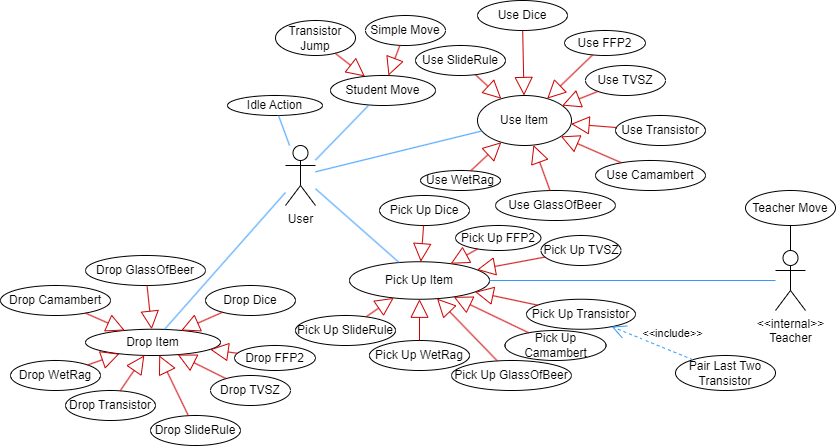
This is Beadások/4. Beadás/Use(Test)-Case.drawio.png from XanleR/U.B.R.---Projlab-2024, a draw.io export, as it was before one commit. Source tidied: cells renumbered, new cells last; positions are measured from the earlier drawing's top-left corner, leaving out a move shared by most shapes.
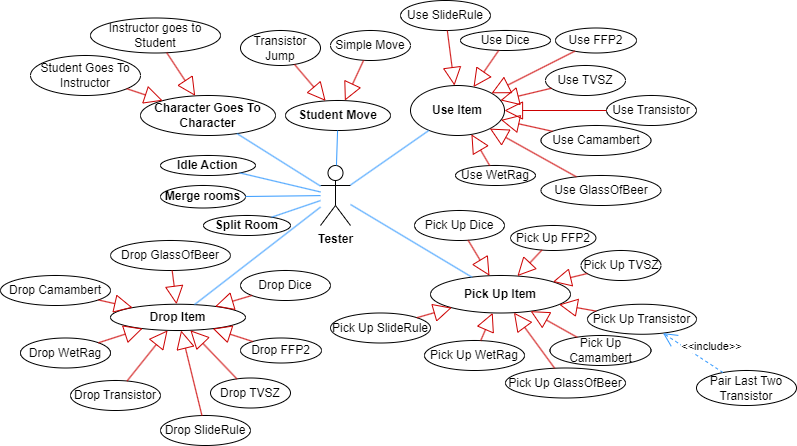
Later version of the same file.

Commit message:
UseCase diagram

Diff of the diagram source:
```diff
@@ -2,17 +2,17 @@
   <root>
     <mxCell id="0" />
     <mxCell id="1" parent="0" />
-    <mxCell id="2" value="User" style="shape=umlActor;verticalLabelPosition=bottom;verticalAlign=top;html=1;strokeColor=#000000;" parent="1" vertex="1">
-      <mxGeometry x="285" y="145" width="30" height="60" as="geometry" />
+    <mxCell id="2" value="&lt;b&gt;Tester&lt;/b&gt;" style="shape=umlActor;verticalLabelPosition=bottom;verticalAlign=top;html=1;strokeColor=#000000;" parent="1" vertex="1">
+      <mxGeometry x="415" y="180" width="30" height="60" as="geometry" />
     </mxCell>
-    <mxCell id="3" value="Student Move" style="ellipse;whiteSpace=wrap;html=1;" parent="1" vertex="1">
-      <mxGeometry x="330" y="75" width="105" height="30" as="geometry" />
+    <mxCell id="3" value="&lt;b&gt;Student Move&lt;/b&gt;" style="ellipse;whiteSpace=wrap;html=1;" parent="1" vertex="1">
+      <mxGeometry x="380" y="115" width="105" height="30" as="geometry" />
     </mxCell>
     <mxCell id="4" value="Transistor Jump" style="ellipse;whiteSpace=wrap;html=1;" parent="1" vertex="1">
-      <mxGeometry x="275" y="20" width="80" height="35" as="geometry" />
+      <mxGeometry x="335" y="45" width="80" height="35" as="geometry" />
     </mxCell>
     <mxCell id="5" value="Simple Move" style="ellipse;whiteSpace=wrap;html=1;" parent="1" vertex="1">
-      <mxGeometry x="365" y="15" width="80" height="30" as="geometry" />
+      <mxGeometry x="425" y="45" width="80" height="30" as="geometry" />
     </mxCell>
     <mxCell id="6" style="endArrow=block;endSize=16;endFill=0;html=1;rounded=0;strokeColor=#CC0000;" parent="1" edge="1" source="4" target="3">
       <mxGeometry relative="1" as="geometry" />
@@ -20,23 +20,23 @@
     <mxCell id="7" style="endArrow=block;endSize=16;endFill=0;html=1;rounded=0;strokeColor=#CC0000;" parent="1" edge="1" source="5" target="3">
       <mxGeometry relative="1" as="geometry" />
     </mxCell>
-    <mxCell id="8" value="Use Item" style="ellipse;whiteSpace=wrap;html=1;" parent="1" vertex="1">
-      <mxGeometry x="477" y="95" width="94" height="50" as="geometry" />
+    <mxCell id="8" value="&lt;b&gt;Use Item&lt;/b&gt;" style="ellipse;whiteSpace=wrap;html=1;" parent="1" vertex="1">
+      <mxGeometry x="505" y="100" width="94" height="50" as="geometry" />
     </mxCell>
     <mxCell id="9" value="Use SlideRule" style="ellipse;whiteSpace=wrap;html=1;" parent="1" vertex="1">
-      <mxGeometry x="415" y="45" width="90" height="30" as="geometry" />
+      <mxGeometry x="495" y="15" width="90" height="30" as="geometry" />
     </mxCell>
     <mxCell id="10" value="Use Dice" style="ellipse;whiteSpace=wrap;html=1;" parent="1" vertex="1">
-      <mxGeometry x="477" width="90" height="30" as="geometry" />
+      <mxGeometry x="555" y="45" width="90" height="20" as="geometry" />
     </mxCell>
     <mxCell id="11" style="endArrow=none;html=1;rounded=0;strokeColor=#3399FF;" parent="1" edge="1" source="2" target="3">
       <mxGeometry relative="1" as="geometry" />
     </mxCell>
     <mxCell id="12" value="Use FFP2" style="ellipse;whiteSpace=wrap;html=1;" parent="1" vertex="1">
-      <mxGeometry x="564" y="30" width="81" height="25" as="geometry" />
+      <mxGeometry x="650" y="42.5" width="81" height="25" as="geometry" />
     </mxCell>
     <mxCell id="13" value="Use TVSZ" style="ellipse;whiteSpace=wrap;html=1;" parent="1" vertex="1">
-      <mxGeometry x="585" y="65" width="80" height="30" as="geometry" />
+      <mxGeometry x="640" y="80" width="80" height="30" as="geometry" />
     </mxCell>
     <mxCell id="14" style="endArrow=none;html=1;rounded=0;strokeColor=#3399FF;" parent="1" edge="1" source="2" target="8">
       <mxGeometry relative="1" as="geometry" />
@@ -45,16 +45,16 @@
       <mxGeometry relative="1" as="geometry" />
     </mxCell>
     <mxCell id="16" value="Use Transistor" style="ellipse;whiteSpace=wrap;html=1;" parent="1" vertex="1">
-      <mxGeometry x="615" y="115" width="90" height="30" as="geometry" />
+      <mxGeometry x="701" y="110" width="90" height="30" as="geometry" />
     </mxCell>
     <mxCell id="17" value="Use Camambert" style="ellipse;whiteSpace=wrap;html=1;" parent="1" vertex="1">
-      <mxGeometry x="595" y="160" width="110" height="30" as="geometry" />
+      <mxGeometry x="635.5" y="140" width="110" height="30" as="geometry" />
     </mxCell>
     <mxCell id="18" value="Use GlassOfBeer" style="ellipse;whiteSpace=wrap;html=1;" parent="1" vertex="1">
-      <mxGeometry x="495" y="190" width="120" height="30" as="geometry" />
+      <mxGeometry x="635.5" y="190" width="120" height="30" as="geometry" />
     </mxCell>
     <mxCell id="19" value="Use WetRag" style="ellipse;whiteSpace=wrap;html=1;" parent="1" vertex="1">
-      <mxGeometry x="420" y="170" width="80" height="20" as="geometry" />
+      <mxGeometry x="550" y="180" width="80" height="20" as="geometry" />
     </mxCell>
     <mxCell id="20" style="endArrow=block;endSize=16;endFill=0;html=1;rounded=0;strokeColor=#CC0000;" parent="1" edge="1" source="10" target="8">
       <mxGeometry relative="1" as="geometry" />
@@ -77,32 +77,32 @@
     <mxCell id="26" style="endArrow=block;endSize=16;endFill=0;html=1;rounded=0;strokeColor=#CC0000;" parent="1" edge="1" source="19" target="8">
       <mxGeometry relative="1" as="geometry" />
     </mxCell>
-    <mxCell id="27" value="Pick Up Item" style="ellipse;whiteSpace=wrap;html=1;" parent="1" vertex="1">
-      <mxGeometry x="349" y="261.2" width="140" height="37.5" as="geometry" />
+    <mxCell id="27" value="&lt;b&gt;Pick Up Item&lt;/b&gt;" style="ellipse;whiteSpace=wrap;html=1;" parent="1" vertex="1">
+      <mxGeometry x="525" y="290" width="140" height="37.5" as="geometry" />
     </mxCell>
     <mxCell id="28" style="endArrow=none;html=1;rounded=0;strokeColor=#3399FF;" parent="1" edge="1" source="2" target="27">
       <mxGeometry relative="1" as="geometry" />
     </mxCell>
     <mxCell id="29" value="Pick Up Dice" style="ellipse;whiteSpace=wrap;html=1;" parent="1" vertex="1">
-      <mxGeometry x="379" y="195" width="90" height="30" as="geometry" />
+      <mxGeometry x="509" y="225" width="90" height="30" as="geometry" />
     </mxCell>
     <mxCell id="30" value="Pick Up&amp;nbsp;FFP2" style="ellipse;whiteSpace=wrap;html=1;" parent="1" vertex="1">
-      <mxGeometry x="455" y="225" width="85.5" height="25" as="geometry" />
+      <mxGeometry x="605" y="240" width="85.5" height="25" as="geometry" />
     </mxCell>
     <mxCell id="31" value="Pick Up TVSZ" style="ellipse;whiteSpace=wrap;html=1;" parent="1" vertex="1">
-      <mxGeometry x="540.5" y="235" width="80" height="30" as="geometry" />
+      <mxGeometry x="675.5" y="265" width="80" height="30" as="geometry" />
     </mxCell>
     <mxCell id="32" value="Pick Up&amp;nbsp;Transistor" style="ellipse;whiteSpace=wrap;html=1;" parent="1" vertex="1">
-      <mxGeometry x="526" y="298.8" width="109" height="30" as="geometry" />
+      <mxGeometry x="682" y="318.8" width="109" height="30" as="geometry" />
     </mxCell>
     <mxCell id="33" value="Pick Up Camambert" style="ellipse;whiteSpace=wrap;html=1;" parent="1" vertex="1">
-      <mxGeometry x="504.5" y="330" width="101" height="30" as="geometry" />
+      <mxGeometry x="644.5" y="350" width="101" height="30" as="geometry" />
     </mxCell>
     <mxCell id="34" value="Pick Up&amp;nbsp;GlassOfBeer" style="ellipse;whiteSpace=wrap;html=1;" parent="1" vertex="1">
-      <mxGeometry x="451" y="360" width="120" height="30" as="geometry" />
+      <mxGeometry x="600" y="382.5" width="120" height="30" as="geometry" />
     </mxCell>
     <mxCell id="35" value="Pick Up&amp;nbsp;WetRag" style="ellipse;whiteSpace=wrap;html=1;" parent="1" vertex="1">
-      <mxGeometry x="369" y="340" width="100" height="30" as="geometry" />
+      <mxGeometry x="519" y="355" width="100" height="30" as="geometry" />
     </mxCell>
     <mxCell id="36" style="endArrow=block;endSize=16;endFill=0;html=1;rounded=0;strokeColor=#CC0000;" parent="1" edge="1" source="29" target="27">
       <mxGeometry relative="1" as="geometry" />
@@ -125,65 +125,53 @@
     <mxCell id="42" style="endArrow=block;endSize=16;endFill=0;html=1;rounded=0;strokeColor=#CC0000;" parent="1" edge="1" source="35" target="27">
       <mxGeometry relative="1" as="geometry" />
     </mxCell>
-    <mxCell id="43" value="Idle Action" style="ellipse;whiteSpace=wrap;html=1;" parent="1" vertex="1">
-      <mxGeometry x="227" y="95" width="95" height="20" as="geometry" />
+    <mxCell id="43" value="&lt;b&gt;Idle Action&lt;/b&gt;" style="ellipse;whiteSpace=wrap;html=1;" parent="1" vertex="1">
+      <mxGeometry x="255" y="170" width="95" height="20" as="geometry" />
     </mxCell>
     <mxCell id="44" style="endArrow=none;html=1;rounded=0;strokeColor=#3399FF;" parent="1" edge="1" source="43" target="2">
       <mxGeometry relative="1" as="geometry" />
     </mxCell>
-    <mxCell id="45" value="&lt;div&gt;&amp;lt;&amp;lt;internal&amp;gt;&amp;gt;&lt;/div&gt;Teacher" style="shape=umlActor;verticalLabelPosition=bottom;verticalAlign=top;html=1;" parent="1" vertex="1">
-      <mxGeometry x="775" y="250" width="30" height="60" as="geometry" />
-    </mxCell>
-    <mxCell id="46" style="endArrow=none;html=1;rounded=0;strokeColor=#3399FF;" parent="1" edge="1" source="27" target="45">
-      <mxGeometry relative="1" as="geometry" />
-    </mxCell>
-    <mxCell id="47" value="Teacher Move" style="ellipse;whiteSpace=wrap;html=1;" parent="1" vertex="1">
-      <mxGeometry x="745" y="190" width="90" height="35" as="geometry" />
-    </mxCell>
-    <mxCell id="48" style="endArrow=none;html=1;rounded=0;" parent="1" edge="1" source="45" target="47">
-      <mxGeometry relative="1" as="geometry" />
-    </mxCell>
     <mxCell id="49" value="Pair Last Two Transistor" style="ellipse;whiteSpace=wrap;html=1;" parent="1" vertex="1">
-      <mxGeometry x="675" y="355" width="100" height="35" as="geometry" />
+      <mxGeometry x="791" y="385" width="100" height="35" as="geometry" />
     </mxCell>
     <mxCell id="50" value="&amp;lt;&amp;lt;include&amp;gt;&amp;gt;" style="endArrow=open;endSize=12;dashed=1;html=1;rounded=0;strokeColor=#3399FF;" parent="1" edge="1" source="49" target="32">
       <mxGeometry x="-0.34" y="-16" relative="1" as="geometry" />
     </mxCell>
-    <mxCell id="51" value="Drop Item" style="ellipse;whiteSpace=wrap;html=1;" parent="1" vertex="1">
-      <mxGeometry x="85" y="328.8" width="135" height="26.2" as="geometry" />
+    <mxCell id="51" value="&lt;b&gt;Drop Item&lt;/b&gt;" style="ellipse;whiteSpace=wrap;html=1;" parent="1" vertex="1">
+      <mxGeometry x="205" y="318.8" width="135" height="26.2" as="geometry" />
     </mxCell>
     <mxCell id="52" style="endArrow=none;html=1;rounded=0;strokeColor=#3399FF;" parent="1" edge="1" source="51" target="2">
       <mxGeometry relative="1" as="geometry" />
     </mxCell>
     <mxCell id="53" value="Pick Up SlideRule" style="ellipse;whiteSpace=wrap;html=1;" parent="1" vertex="1">
-      <mxGeometry x="295" y="315" width="100" height="30" as="geometry" />
+      <mxGeometry x="425" y="327.5" width="100" height="30" as="geometry" />
     </mxCell>
     <mxCell id="54" style="endArrow=block;endSize=16;endFill=0;html=1;rounded=0;strokeColor=#CC0000;" parent="1" edge="1" source="53" target="27">
       <mxGeometry relative="1" as="geometry" />
     </mxCell>
     <mxCell id="55" value="Drop&amp;nbsp;SlideRule" style="ellipse;whiteSpace=wrap;html=1;" parent="1" vertex="1">
-      <mxGeometry x="150" y="415" width="90" height="30" as="geometry" />
+      <mxGeometry x="255" y="430" width="90" height="30" as="geometry" />
     </mxCell>
     <mxCell id="56" value="Drop Dice" style="ellipse;whiteSpace=wrap;html=1;" parent="1" vertex="1">
-      <mxGeometry x="205" y="285" width="90" height="30" as="geometry" />
+      <mxGeometry x="335" y="285" width="90" height="30" as="geometry" />
     </mxCell>
     <mxCell id="57" value="Drop&amp;nbsp;FFP2" style="ellipse;whiteSpace=wrap;html=1;" parent="1" vertex="1">
-      <mxGeometry x="234" y="345" width="81" height="25" as="geometry" />
+      <mxGeometry x="335" y="352.5" width="81" height="25" as="geometry" />
     </mxCell>
     <mxCell id="58" value="Drop&amp;nbsp;TVSZ" style="ellipse;whiteSpace=wrap;html=1;" parent="1" vertex="1">
-      <mxGeometry x="210" y="375" width="80" height="30" as="geometry" />
+      <mxGeometry x="305" y="392.5" width="80" height="30" as="geometry" />
     </mxCell>
     <mxCell id="59" value="Drop&amp;nbsp;Transistor" style="ellipse;whiteSpace=wrap;html=1;" parent="1" vertex="1">
-      <mxGeometry x="65" y="390" width="90" height="30" as="geometry" />
+      <mxGeometry x="165" y="395" width="90" height="30" as="geometry" />
     </mxCell>
     <mxCell id="60" value="Drop&amp;nbsp;Camambert" style="ellipse;whiteSpace=wrap;html=1;" parent="1" vertex="1">
-      <mxGeometry y="285" width="110" height="30" as="geometry" />
+      <mxGeometry x="95" y="290" width="110" height="30" as="geometry" />
     </mxCell>
     <mxCell id="61" value="Drop&amp;nbsp;GlassOfBeer" style="ellipse;whiteSpace=wrap;html=1;" parent="1" vertex="1">
-      <mxGeometry x="85" y="255" width="120" height="30" as="geometry" />
+      <mxGeometry x="205" y="255" width="120" height="30" as="geometry" />
     </mxCell>
     <mxCell id="62" value="Drop&amp;nbsp;WetRag" style="ellipse;whiteSpace=wrap;html=1;" parent="1" vertex="1">
-      <mxGeometry x="10" y="360" width="90" height="30" as="geometry" />
+      <mxGeometry x="115" y="352.5" width="90" height="30" as="geometry" />
     </mxCell>
     <mxCell id="63" style="endArrow=block;endSize=16;endFill=0;html=1;rounded=0;strokeColor=#CC0000;" parent="1" edge="1" source="61" target="51">
       <mxGeometry relative="1" as="geometry" />
@@ -209,5 +197,35 @@
     <mxCell id="70" style="endArrow=block;endSize=16;endFill=0;html=1;rounded=0;strokeColor=#CC0000;" parent="1" edge="1" source="60" target="51">
       <mxGeometry relative="1" as="geometry" />
     </mxCell>
+    <mxCell id="71" value="&lt;b&gt;Merge rooms&lt;/b&gt;" style="ellipse;whiteSpace=wrap;html=1;" parent="1" vertex="1">
+      <mxGeometry x="255" y="200" width="85" height="22.5" as="geometry" />
+    </mxCell>
+    <mxCell id="72" value="&lt;b&gt;Split Room&lt;/b&gt;" style="ellipse;whiteSpace=wrap;html=1;" parent="1" vertex="1">
+      <mxGeometry x="298" y="230" width="87" height="20" as="geometry" />
+    </mxCell>
+    <mxCell id="73" style="endArrow=none;html=1;rounded=0;strokeColor=#3399FF;" parent="1" edge="1" source="71" target="2">
+      <mxGeometry relative="1" as="geometry" />
+    </mxCell>
+    <mxCell id="74" style="endArrow=none;html=1;rounded=0;strokeColor=#3399FF;" parent="1" edge="1" source="72" target="2">
+      <mxGeometry relative="1" as="geometry" />
+    </mxCell>
+    <mxCell id="75" value="&lt;b&gt;Character Goes To Character&lt;/b&gt;" style="ellipse;whiteSpace=wrap;html=1;" parent="1" vertex="1">
+      <mxGeometry x="235" y="110" width="135" height="40" as="geometry" />
+    </mxCell>
+    <mxCell id="76" style="endArrow=none;html=1;rounded=0;strokeColor=#3399FF;" parent="1" edge="1" source="75" target="2">
+      <mxGeometry relative="1" as="geometry" />
+    </mxCell>
+    <mxCell id="77" value="Instructor goes to Student" style="ellipse;whiteSpace=wrap;html=1;" parent="1" vertex="1">
+      <mxGeometry x="185" y="32.5" width="130" height="35" as="geometry" />
+    </mxCell>
+    <mxCell id="78" value="Student Goes To Instructor" style="ellipse;whiteSpace=wrap;html=1;" parent="1" vertex="1">
+      <mxGeometry x="125" y="70" width="110" height="40" as="geometry" />
+    </mxCell>
+    <mxCell id="79" style="endArrow=block;endSize=16;endFill=0;html=1;rounded=0;strokeColor=#CC0000;" parent="1" edge="1" source="77" target="75">
+      <mxGeometry relative="1" as="geometry" />
+    </mxCell>
+    <mxCell id="80" style="endArrow=block;endSize=16;endFill=0;html=1;rounded=0;strokeColor=#CC0000;" parent="1" edge="1" source="78" target="75">
+      <mxGeometry relative="1" as="geometry" />
+    </mxCell>
   </root>
 </mxGraphModel>
```
